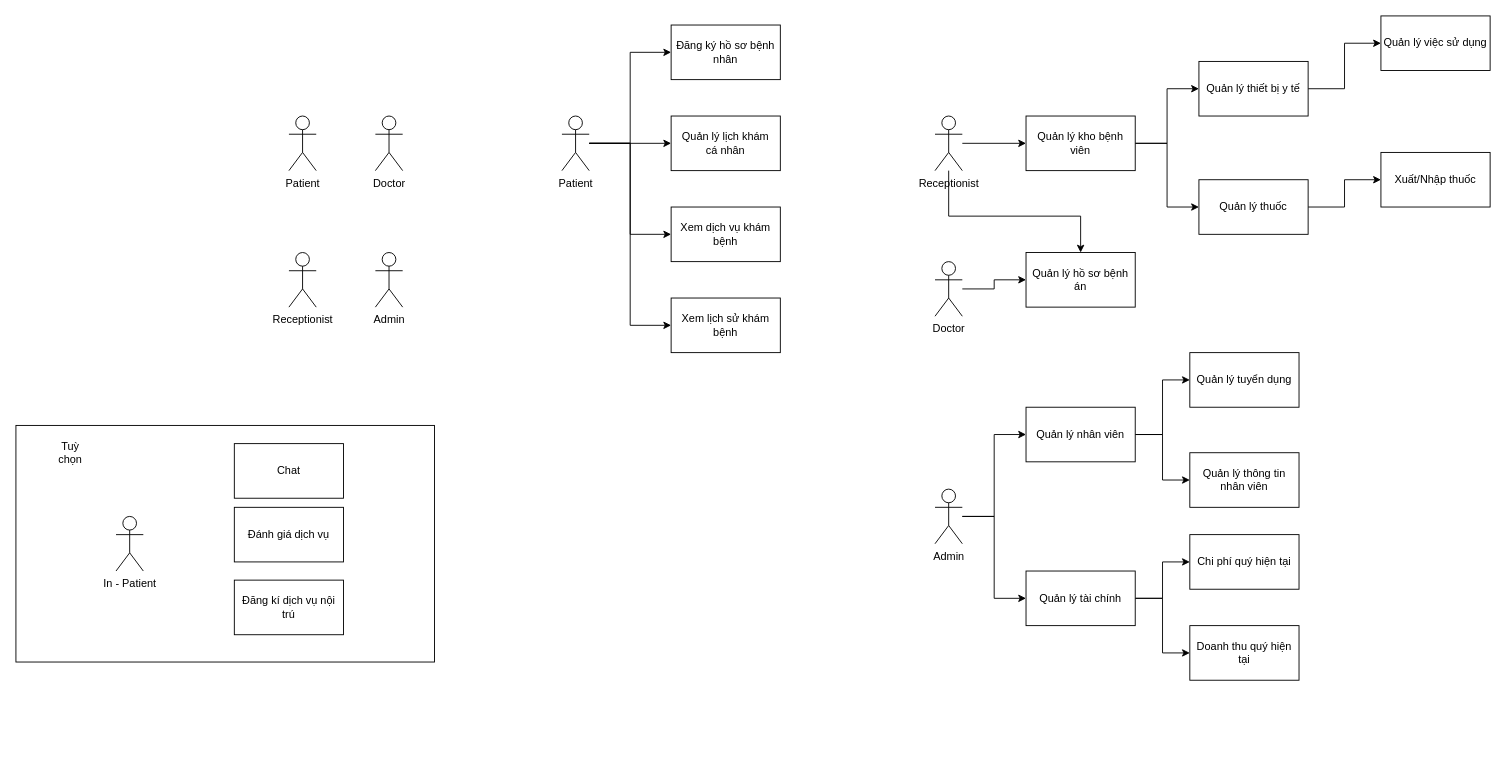
This is page "Page-1" (1 of 2) of Diagram/Hanu Hospital.drawio from hoanghieu2000a/HANU_Hospital, a draw.io file, before an edit. Source tidied: cells renumbered, new cells numbered last; positions are measured from the earlier drawing's top-left corner, leaving out a move shared by most shapes. Both pictures are drawn from the tidied source at 91%, with x=0, y=0 at pixel (15, 15).
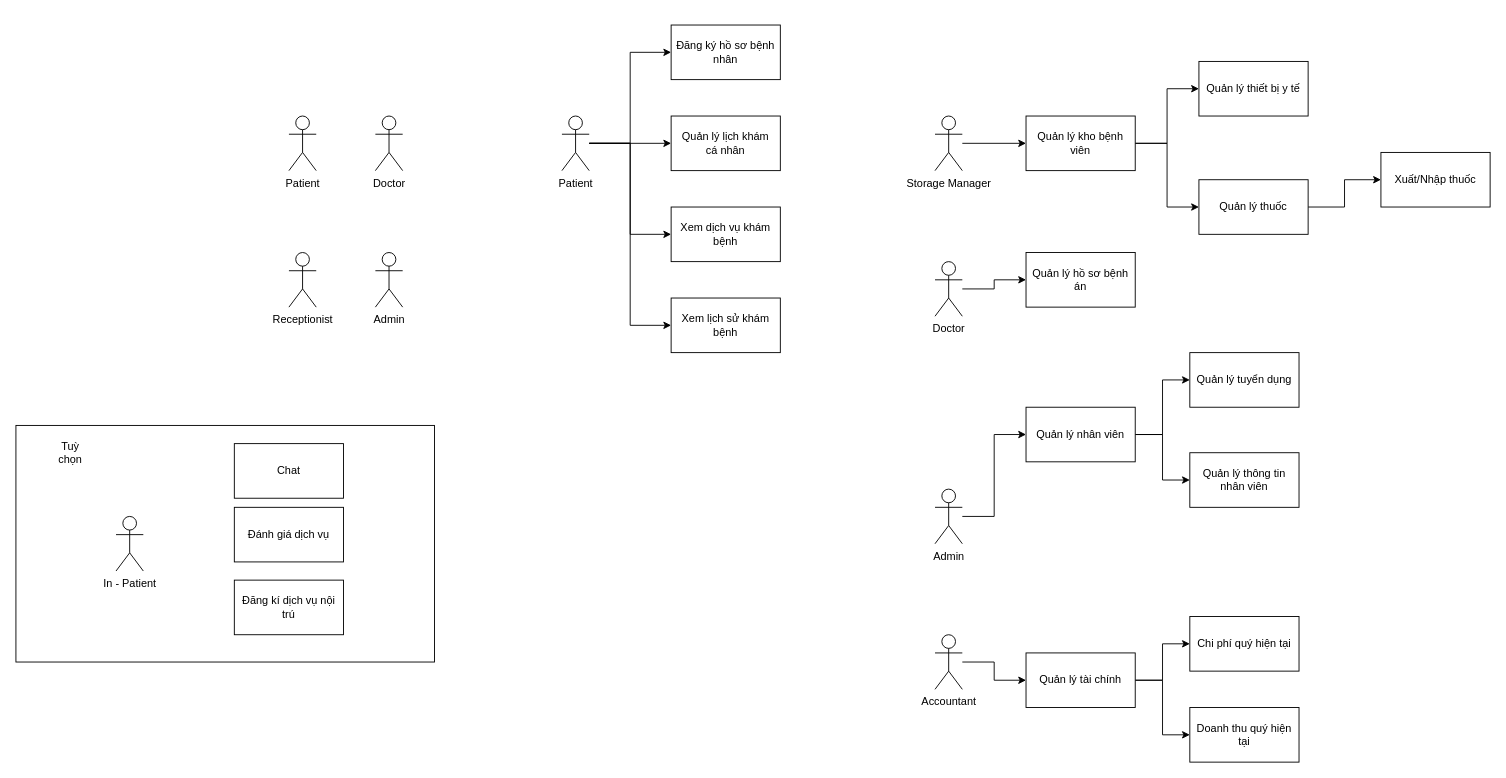
After the change.

Unchanged cells that the change refers to:
```xml
<mxCell id="17" value="&lt;div&gt;Quản lý hồ sơ bệnh án&lt;/div&gt;" style="rounded=0;whiteSpace=wrap;html=1;" parent="1" vertex="1">
  <mxGeometry x="1110" y="260" width="120" height="60" as="geometry" />
</mxCell>
<mxCell id="29" value="Admin" style="shape=umlActor;verticalLabelPosition=bottom;verticalAlign=top;html=1;outlineConnect=0;" parent="1" vertex="1">
  <mxGeometry x="1010" y="520" width="30" height="60" as="geometry" />
</mxCell>
<mxCell id="36" value="Quản lý thiết bị y tế" style="rounded=0;whiteSpace=wrap;html=1;" parent="1" vertex="1">
  <mxGeometry x="1300" y="50" width="120" height="60" as="geometry" />
</mxCell>
```

Diff of the diagram source:
```diff
@@
-    <mxCell id="14" style="edgeStyle=orthogonalEdgeStyle;rounded=0;jettySize=auto;html=1;" parent="1" edge="1" source="15" target="17">
-      <mxGeometry relative="1" as="geometry">
-        <Array as="points">
-          <mxPoint x="1025" y="220" />
-          <mxPoint x="1170" y="220" />
-        </Array>
-      </mxGeometry>
-    </mxCell>
-    <mxCell id="15" value="Receptionist" style="shape=umlActor;verticalLabelPosition=bottom;verticalAlign=top;html=1;outlineConnect=0;" parent="1" vertex="1">
+    <mxCell id="15" value="Storage Manager" style="shape=umlActor;verticalLabelPosition=bottom;verticalAlign=top;html=1;outlineConnect=0;" parent="1" vertex="1">
       <mxGeometry x="1010" y="110" width="30" height="60" as="geometry" />
     </mxCell>
@@
-    <mxCell id="28" style="edgeStyle=orthogonalEdgeStyle;rounded=0;jettySize=auto;html=1;entryX=0;entryY=0.5;entryDx=0;entryDy=0;" parent="1" edge="1" source="29" target="42">
-      <mxGeometry relative="1" as="geometry" />
-    </mxCell>
@@
-    <mxCell id="35" style="edgeStyle=orthogonalEdgeStyle;rounded=0;jettySize=auto;html=1;" parent="1" edge="1" source="36" target="39">
-      <mxGeometry relative="1" as="geometry" />
-    </mxCell>
@@
-    <mxCell id="39" value="Quản lý việc sử dụng " style="whiteSpace=wrap;html=1;rounded=0;" parent="1" vertex="1">
-      <mxGeometry x="1500" width="120" height="60" as="geometry" />
-    </mxCell>
@@
     <mxCell id="42" value="Quản lý tài chính" style="rounded=0;whiteSpace=wrap;html=1;" parent="1" vertex="1">
-      <mxGeometry x="1110" y="610" width="120" height="60" as="geometry" />
+      <mxGeometry x="1110" y="700" width="120" height="60" as="geometry" />
     </mxCell>
     <mxCell id="43" value="Doanh thu quý hiện tại" style="rounded=0;whiteSpace=wrap;html=1;" parent="1" vertex="1">
-      <mxGeometry x="1290" y="670" width="120" height="60" as="geometry" />
+      <mxGeometry x="1290" y="760" width="120" height="60" as="geometry" />
     </mxCell>
     <mxCell id="44" value="Chi phí quý hiện tại" style="rounded=0;whiteSpace=wrap;html=1;" parent="1" vertex="1">
-      <mxGeometry x="1290" y="570" width="120" height="60" as="geometry" />
+      <mxGeometry x="1290" y="660" width="120" height="60" as="geometry" />
     </mxCell>
@@
+    <mxCell id="49" style="edgeStyle=orthogonalEdgeStyle;rounded=0;jettySize=auto;html=1;entryX=0;entryY=0.5;entryDx=0;entryDy=0;" parent="1" edge="1" source="50" target="42">
+      <mxGeometry relative="1" as="geometry" />
+    </mxCell>
+    <mxCell id="50" value="Accountant" style="shape=umlActor;verticalLabelPosition=bottom;verticalAlign=top;html=1;outlineConnect=0;" parent="1" vertex="1">
+      <mxGeometry x="1010" y="680" width="30" height="60" as="geometry" />
+    </mxCell>
```
